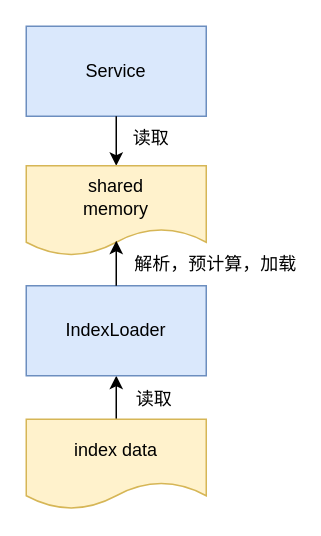
d0ngjun/drawio keeps this draw.io diagram as page "索引优化" (4 of 7) of news.drawio. Above is the earlier version. Source tidied: cells renumbered, new cells numbered last; positions are measured from the earlier drawing's top-left corner, leaving out a move shared by most shapes. Both pictures are drawn from the tidied source at 150%, with x=0, y=0 at pixel (26, 26).
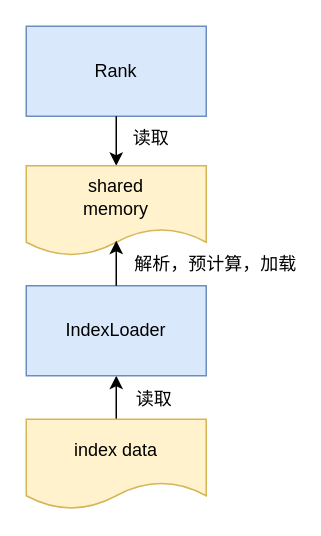
The same diagram, later.

Change to the diagram source:
```diff
@@
 <mxGraphModel>
   <root>
     <mxCell id="0" />
     <mxCell id="1" parent="0" />
-    <mxCell id="2" value="Service" style="rounded=0;whiteSpace=wrap;html=1;fillColor=#dae8fc;strokeColor=#6c8ebf;" parent="1" vertex="1">
+    <mxCell id="2" value="Rank" style="rounded=0;whiteSpace=wrap;html=1;fillColor=#dae8fc;strokeColor=#6c8ebf;" parent="1" vertex="1">
       <mxGeometry width="120" height="60" as="geometry" />
     </mxCell>
     <mxCell id="3" style="edgeStyle=orthogonalEdgeStyle;rounded=0;jettySize=auto;html=1;fontSize=12;startArrow=classic;startFill=1;endArrow=none;endFill=0;" parent="1" edge="1" source="5" target="9">
       <mxGeometry relative="1" as="geometry" />
     </mxCell>
     <mxCell id="4" value="读取" style="edgeLabel;html=1;align=center;verticalAlign=middle;fontSize=12;" parent="3" vertex="1">
       <mxGeometry x="0.49" y="-1" relative="1" as="geometry">
         <mxPoint x="25" y="-1" as="offset" />
       </mxGeometry>
     </mxCell>
     <mxCell id="5" value="IndexLoader" style="rounded=0;whiteSpace=wrap;html=1;fillColor=#dae8fc;strokeColor=#6c8ebf;" parent="1" vertex="1">
       <mxGeometry y="173" width="120" height="60" as="geometry" />
     </mxCell>
     <mxCell id="6" style="edgeStyle=orthogonalEdgeStyle;rounded=0;jettySize=auto;html=1;fontSize=12;startArrow=classic;startFill=1;endArrow=none;endFill=0;" parent="1" edge="1" source="8" target="2">
       <mxGeometry relative="1" as="geometry" />
     </mxCell>
     <mxCell id="7" value="读取" style="edgeLabel;html=1;align=center;verticalAlign=middle;fontSize=12;" parent="6" vertex="1">
       <mxGeometry x="0.49" relative="1" as="geometry">
         <mxPoint x="22" y="2" as="offset" />
       </mxGeometry>
     </mxCell>
     <mxCell id="8" value="shared&lt;br&gt;memory" style="shape=document;whiteSpace=wrap;html=1;boundedLbl=1;fontSize=12;fillColor=#fff2cc;strokeColor=#d6b656;" parent="1" vertex="1">
       <mxGeometry y="93" width="120" height="60" as="geometry" />
     </mxCell>
     <mxCell id="9" value="index data" style="shape=document;whiteSpace=wrap;html=1;boundedLbl=1;fontSize=12;fillColor=#fff2cc;strokeColor=#d6b656;" parent="1" vertex="1">
       <mxGeometry y="262" width="120" height="60" as="geometry" />
     </mxCell>
     <mxCell id="10" style="edgeStyle=orthogonalEdgeStyle;rounded=0;jettySize=auto;html=1;fontSize=12;startArrow=classic;startFill=1;endArrow=none;endFill=0;entryX=0.5;entryY=0;entryDx=0;entryDy=0;" parent="1" edge="1" target="5">
       <mxGeometry relative="1" as="geometry">
         <mxPoint x="60" y="143" as="sourcePoint" />
       </mxGeometry>
     </mxCell>
     <mxCell id="11" value="解析，预计算，加载" style="edgeLabel;html=1;align=center;verticalAlign=middle;fontSize=12;" parent="10" vertex="1">
       <mxGeometry x="0.07" relative="1" as="geometry">
         <mxPoint x="65" y="-1" as="offset" />
       </mxGeometry>
     </mxCell>
   </root>
 </mxGraphModel>
```
